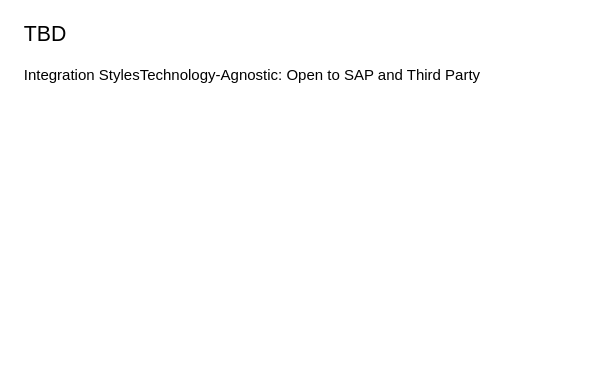
This is page "IntegrationStyles:CrossUseCases" (3 of 5) of ISA-M.drawio from stn1slv/isa-m-diagrams, a draw.io file, before an edit. Source tidied: cells renumbered, new cells numbered last; positions are measured from the earlier drawing's top-left corner, leaving out a move shared by most shapes. Both pictures are drawn from the tidied source at 125%, with x=0, y=0 at pixel (21, 42).
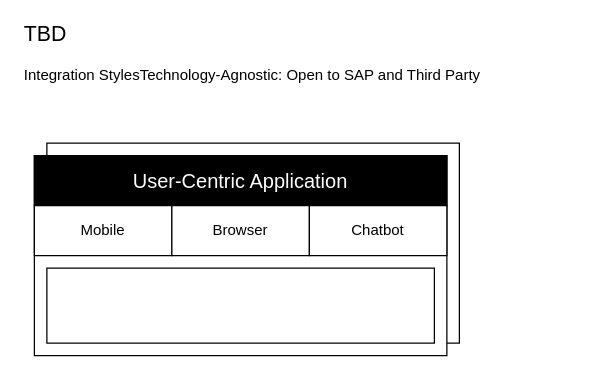
The same page after the edit.

The edit, as a diff of the source:
```diff
@@
 <mxGraphModel>
   <root>
     <mxCell id="0" />
     <mxCell id="1" parent="0" />
     <mxCell id="2" value="&lt;font style=&quot;font-size: 17px;&quot;&gt;TBD&lt;/font&gt;&lt;br&gt;&lt;br&gt;&lt;div&gt;&lt;div&gt;Integration StylesTechnology-Agnostic: Open to SAP and Third Party&lt;/div&gt;&lt;/div&gt;&lt;div&gt;&lt;br&gt;&lt;/div&gt;" style="text;html=1;strokeColor=none;fillColor=none;align=left;verticalAlign=middle;whiteSpace=wrap;rounded=0;" parent="1" vertex="1">
       <mxGeometry width="440" height="30" as="geometry" />
     </mxCell>
+    <mxCell id="3" style="rounded=0;whiteSpace=wrap;html=1;strokeColor=#000000;" parent="1" vertex="1">
+      <mxGeometry x="20" y="80" width="330" height="160" as="geometry" />
+    </mxCell>
+    <mxCell id="4" style="rounded=0;whiteSpace=wrap;html=1;strokeColor=#000000;" parent="1" vertex="1">
+      <mxGeometry x="10" y="90" width="330" height="160" as="geometry" />
+    </mxCell>
+    <mxCell id="5" value="User-Centric Application" style="rounded=0;whiteSpace=wrap;html=1;fillColor=#000000;fontColor=#FFFFFF;fontSize=16;" parent="1" vertex="1">
+      <mxGeometry x="10" y="90" width="330" height="40" as="geometry" />
+    </mxCell>
+    <mxCell id="6" value="Mobile" style="rounded=0;whiteSpace=wrap;html=1;" parent="1" vertex="1">
+      <mxGeometry x="10" y="130" width="110" height="40" as="geometry" />
+    </mxCell>
+    <mxCell id="7" value="Browser" style="rounded=0;whiteSpace=wrap;html=1;" parent="1" vertex="1">
+      <mxGeometry x="120" y="130" width="110" height="40" as="geometry" />
+    </mxCell>
+    <mxCell id="8" value="Chatbot" style="rounded=0;whiteSpace=wrap;html=1;" parent="1" vertex="1">
+      <mxGeometry x="230" y="130" width="110" height="40" as="geometry" />
+    </mxCell>
+    <mxCell id="9" style="rounded=0;whiteSpace=wrap;html=1;" parent="1" vertex="1">
+      <mxGeometry x="20" y="180" width="310" height="60" as="geometry" />
+    </mxCell>
   </root>
 </mxGraphModel>
```
